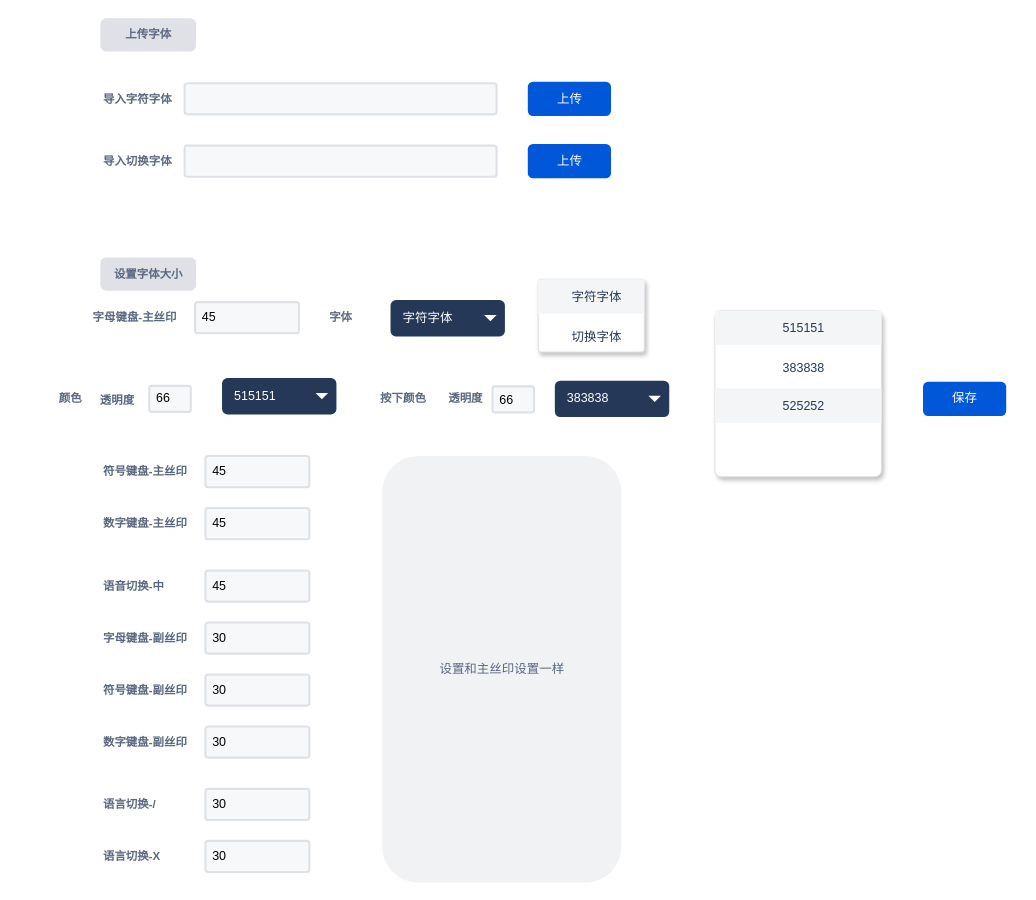
This is layout-editor/字体设置.drawio from chonglv/charts, a draw.io file, before an edit. Source tidied: cells renumbered, new cells numbered last; positions are measured from the earlier drawing's top-left corner, leaving out a move shared by most shapes. Both pictures are drawn from the tidied source at 104%, with x=0, y=0 at pixel (38, 19).
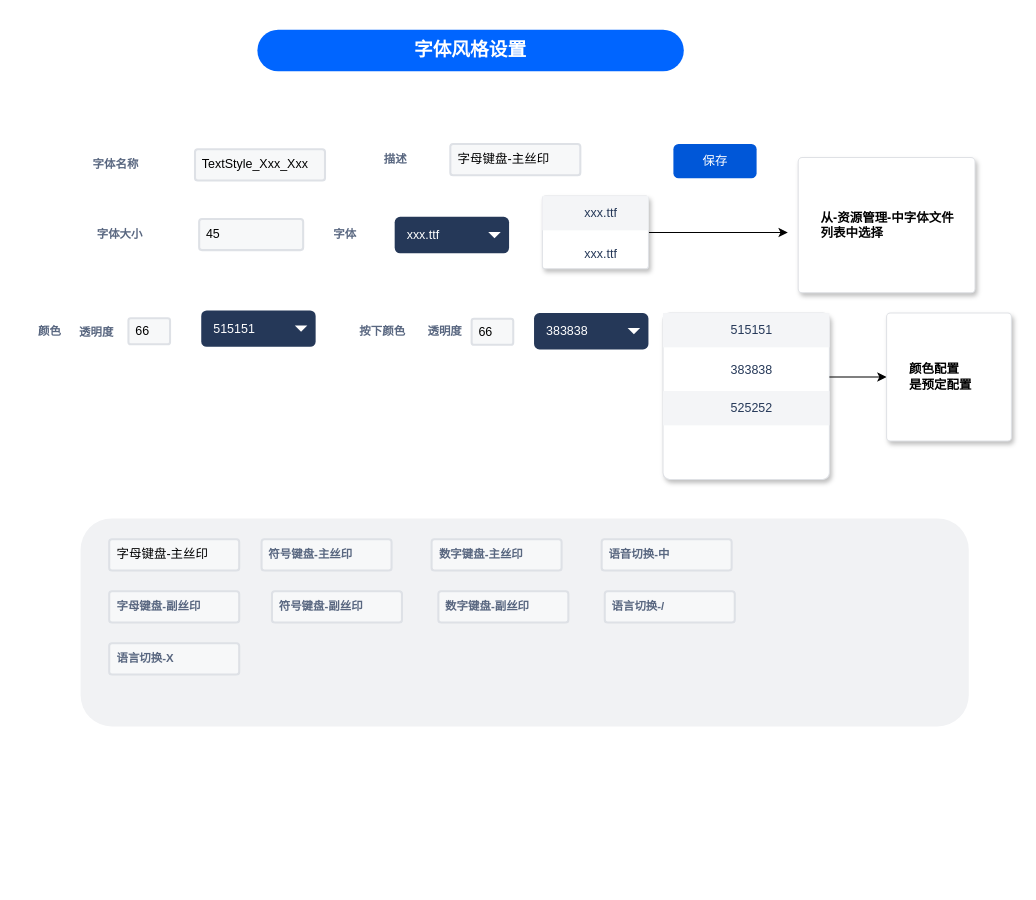
After the change.

Commit message:
更新字体设置.drawio

The change refers to these unchanged cells:
```xml
<mxCell id="44" value="383838" style="rounded=0;fillColor=none;strokeColor=none;shadow=0;html=1;align=center;fontSize=12;spacingLeft=10;fontColor=#253858;" parent="42" vertex="1">
  <mxGeometry width="160" height="33" relative="1" as="geometry">
    <mxPoint y="39" as="offset" />
  </mxGeometry>
</mxCell>
```

Change to the diagram source:
```diff
@@
-    <mxCell id="2" value="导入字符字体" style="fillColor=none;strokeColor=none;html=1;fontSize=11;fontStyle=0;align=left;fontColor=#596780;fontStyle=1;fontSize=11;" parent="1" vertex="1">
-      <mxGeometry x="60" y="66.5" width="60" height="20" as="geometry" />
-    </mxCell>
-    <mxCell id="3" style="rounded=1;arcSize=9;fillColor=#F7F8F9;align=left;spacingLeft=5;strokeColor=#DEE1E6;html=1;strokeWidth=2;fontSize=12;" parent="1" vertex="1">
-      <mxGeometry x="140" y="61.5" width="300" height="30" as="geometry" />
-    </mxCell>
-    <mxCell id="4" value="上传" style="rounded=1;fillColor=#0057D8;align=center;strokeColor=none;html=1;fontColor=#ffffff;fontSize=12;" parent="1" vertex="1">
-      <mxGeometry x="470" y="60" width="80" height="33" as="geometry" />
-    </mxCell>
-    <mxCell id="5" style="rounded=1;arcSize=9;fillColor=#F7F8F9;align=left;spacingLeft=5;strokeColor=#DEE1E6;html=1;strokeWidth=2;fontSize=12;" parent="1" vertex="1">
-      <mxGeometry x="140" y="121.5" width="300" height="30" as="geometry" />
-    </mxCell>
-    <mxCell id="6" value="上传" style="rounded=1;fillColor=#0057D8;align=center;strokeColor=none;html=1;fontColor=#ffffff;fontSize=12;" parent="1" vertex="1">
-      <mxGeometry x="470" y="120" width="80" height="33" as="geometry" />
-    </mxCell>
-    <mxCell id="7" value="导入切换字体" style="fillColor=none;strokeColor=none;html=1;fontSize=11;fontStyle=0;align=left;fontColor=#596780;fontStyle=1;fontSize=11;" parent="1" vertex="1">
-      <mxGeometry x="60" y="126.5" width="60" height="20" as="geometry" />
-    </mxCell>
-    <mxCell id="8" value="&lt;span style=&quot;color: rgb(89 , 103 , 128) ; font-size: 11px ; text-align: left&quot;&gt;设置字体大小&lt;/span&gt;" style="dashed=0;html=1;rounded=1;fillColor=#DFE1E6;strokeColor=#DFE1E6;fontSize=12;align=center;fontStyle=1;strokeWidth=2;fontColor=#42526E;" parent="1" vertex="1">
-      <mxGeometry x="60" y="230" width="90" height="30" as="geometry" />
-    </mxCell>
-    <mxCell id="9" value="&lt;span style=&quot;color: rgb(89 , 103 , 128) ; font-size: 11px ; text-align: left&quot;&gt;上传字体&lt;/span&gt;" style="dashed=0;html=1;rounded=1;fillColor=#DFE1E6;strokeColor=#DFE1E6;fontSize=12;align=center;fontStyle=1;strokeWidth=2;fontColor=#42526E;" parent="1" vertex="1">
-      <mxGeometry x="60" width="90" height="30" as="geometry" />
-    </mxCell>
-    <mxCell id="10" value="字母键盘-主丝印" style="fillColor=none;strokeColor=none;html=1;fontSize=11;fontStyle=0;align=left;fontColor=#596780;fontStyle=1;fontSize=11;" parent="1" vertex="1">
-      <mxGeometry x="50" y="277" width="60" height="20" as="geometry" />
+    <mxCell id="10" value="字体大小" style="fillColor=none;strokeColor=none;html=1;fontSize=11;fontStyle=0;align=left;fontColor=#596780;fontStyle=1;fontSize=11;" parent="1" vertex="1">
+      <mxGeometry x="54" y="197" width="60" height="20" as="geometry" />
     </mxCell>
     <mxCell id="11" value="45" style="rounded=1;arcSize=9;fillColor=#F7F8F9;align=left;spacingLeft=5;strokeColor=#DEE1E6;html=1;strokeWidth=2;fontSize=12;" parent="1" vertex="1">
-      <mxGeometry x="150" y="272" width="100" height="30" as="geometry" />
+      <mxGeometry x="154" y="192" width="100" height="30" as="geometry" />
     </mxCell>
-    <mxCell id="12" value="字母键盘-副丝印" style="fillColor=none;strokeColor=none;html=1;fontSize=11;fontStyle=0;align=left;fontColor=#596780;fontStyle=1;fontSize=11;" parent="1" vertex="1">
-      <mxGeometry x="60" y="585" width="60" height="20" as="geometry" />
-    </mxCell>
-    <mxCell id="13" value="30" style="rounded=1;arcSize=9;fillColor=#F7F8F9;align=left;spacingLeft=5;strokeColor=#DEE1E6;html=1;strokeWidth=2;fontSize=12;" parent="1" vertex="1">
-      <mxGeometry x="160" y="580" width="100" height="30" as="geometry" />
-    </mxCell>
-    <mxCell id="14" value="符号键盘-主丝印" style="fillColor=none;strokeColor=none;html=1;fontSize=11;fontStyle=0;align=left;fontColor=#596780;fontStyle=1;fontSize=11;" parent="1" vertex="1">
-      <mxGeometry x="60" y="425" width="60" height="20" as="geometry" />
-    </mxCell>
-    <mxCell id="15" value="45" style="rounded=1;arcSize=9;fillColor=#F7F8F9;align=left;spacingLeft=5;strokeColor=#DEE1E6;html=1;strokeWidth=2;fontSize=12;" parent="1" vertex="1">
-      <mxGeometry x="160" y="420" width="100" height="30" as="geometry" />
-    </mxCell>
-    <mxCell id="16" value="符号键盘-副丝印" style="fillColor=none;strokeColor=none;html=1;fontSize=11;fontStyle=0;align=left;fontColor=#596780;fontStyle=1;fontSize=11;" parent="1" vertex="1">
-      <mxGeometry x="60" y="635" width="60" height="20" as="geometry" />
-    </mxCell>
-    <mxCell id="17" value="30" style="rounded=1;arcSize=9;fillColor=#F7F8F9;align=left;spacingLeft=5;strokeColor=#DEE1E6;html=1;strokeWidth=2;fontSize=12;" parent="1" vertex="1">
-      <mxGeometry x="160" y="630" width="100" height="30" as="geometry" />
-    </mxCell>
-    <mxCell id="18" value="数字键盘-主丝印" style="fillColor=none;strokeColor=none;html=1;fontSize=11;fontStyle=0;align=left;fontColor=#596780;fontStyle=1;fontSize=11;" parent="1" vertex="1">
-      <mxGeometry x="60" y="475" width="60" height="20" as="geometry" />
-    </mxCell>
-    <mxCell id="19" value="45" style="rounded=1;arcSize=9;fillColor=#F7F8F9;align=left;spacingLeft=5;strokeColor=#DEE1E6;html=1;strokeWidth=2;fontSize=12;" parent="1" vertex="1">
-      <mxGeometry x="160" y="470" width="100" height="30" as="geometry" />
-    </mxCell>
-    <mxCell id="20" value="数字键盘-副丝印" style="fillColor=none;strokeColor=none;html=1;fontSize=11;fontStyle=0;align=left;fontColor=#596780;fontStyle=1;fontSize=11;" parent="1" vertex="1">
-      <mxGeometry x="60" y="685" width="60" height="20" as="geometry" />
-    </mxCell>
-    <mxCell id="21" value="30" style="rounded=1;arcSize=9;fillColor=#F7F8F9;align=left;spacingLeft=5;strokeColor=#DEE1E6;html=1;strokeWidth=2;fontSize=12;" parent="1" vertex="1">
-      <mxGeometry x="160" y="680" width="100" height="30" as="geometry" />
-    </mxCell>
-    <mxCell id="22" value="语音切换-中" style="fillColor=none;strokeColor=none;html=1;fontSize=11;fontStyle=0;align=left;fontColor=#596780;fontStyle=1;fontSize=11;" parent="1" vertex="1">
-      <mxGeometry x="60" y="535" width="60" height="20" as="geometry" />
-    </mxCell>
-    <mxCell id="23" value="45" style="rounded=1;arcSize=9;fillColor=#F7F8F9;align=left;spacingLeft=5;strokeColor=#DEE1E6;html=1;strokeWidth=2;fontSize=12;" parent="1" vertex="1">
-      <mxGeometry x="160" y="530" width="100" height="30" as="geometry" />
-    </mxCell>
-    <mxCell id="24" value="语言切换-/" style="fillColor=none;strokeColor=none;html=1;fontSize=11;fontStyle=0;align=left;fontColor=#596780;fontStyle=1;fontSize=11;" parent="1" vertex="1">
-      <mxGeometry x="60" y="745" width="60" height="20" as="geometry" />
-    </mxCell>
-    <mxCell id="25" value="30" style="rounded=1;arcSize=9;fillColor=#F7F8F9;align=left;spacingLeft=5;strokeColor=#DEE1E6;html=1;strokeWidth=2;fontSize=12;" parent="1" vertex="1">
-      <mxGeometry x="160" y="740" width="100" height="30" as="geometry" />
-    </mxCell>
-    <mxCell id="26" value="语言切换-X" style="fillColor=none;strokeColor=none;html=1;fontSize=11;fontStyle=0;align=left;fontColor=#596780;fontStyle=1;fontSize=11;" parent="1" vertex="1">
-      <mxGeometry x="60" y="795" width="60" height="20" as="geometry" />
-    </mxCell>
-    <mxCell id="27" value="30" style="rounded=1;arcSize=9;fillColor=#F7F8F9;align=left;spacingLeft=5;strokeColor=#DEE1E6;html=1;strokeWidth=2;fontSize=12;" parent="1" vertex="1">
-      <mxGeometry x="160" y="790" width="100" height="30" as="geometry" />
-    </mxCell>
-    <mxCell id="28" value="字符字体" style="rounded=1;fillColor=#253858;strokeColor=none;html=1;fontColor=#ffffff;align=left;fontSize=12;spacingLeft=10;" parent="1" vertex="1">
-      <mxGeometry x="338" y="270" width="110" height="35" as="geometry" />
+    <mxCell id="28" value="xxx.ttf" style="rounded=1;fillColor=#253858;strokeColor=none;html=1;fontColor=#ffffff;align=left;fontSize=12;spacingLeft=10;" parent="1" vertex="1">
+      <mxGeometry x="342" y="190" width="110" height="35" as="geometry" />
     </mxCell>
@@
+    <mxCell id="50" style="edgeStyle=orthogonalEdgeStyle;rounded=0;jettySize=auto;html=1;" parent="1" edge="1" source="30">
+      <mxGeometry relative="1" as="geometry">
+        <mxPoint x="720" y="205" as="targetPoint" />
+      </mxGeometry>
+    </mxCell>
     <mxCell id="30" style="rounded=1;fillColor=#ffffff;strokeColor=#DFE1E5;shadow=1;html=1;arcSize=4;align=center;" parent="1" vertex="1">
-      <mxGeometry x="480" y="250" width="102" height="70" as="geometry" />
+      <mxGeometry x="484" y="170" width="102" height="70" as="geometry" />
     </mxCell>
-    <mxCell id="31" value="字符字体" style="rounded=0;fillColor=#F4F5F7;strokeColor=none;shadow=0;html=1;align=center;fontSize=12;spacingLeft=10;fontColor=#253858;" parent="30" vertex="1">
+    <mxCell id="31" value="xxx.ttf" style="rounded=0;fillColor=#F4F5F7;strokeColor=none;shadow=0;html=1;align=center;fontSize=12;spacingLeft=10;fontColor=#253858;" parent="30" vertex="1">
       <mxGeometry width="102" height="33" relative="1" as="geometry" />
     </mxCell>
-    <mxCell id="32" value="切换字体" style="rounded=0;fillColor=none;strokeColor=none;shadow=0;html=1;align=center;fontSize=12;spacingLeft=10;fontColor=#253858;" parent="30" vertex="1">
+    <mxCell id="32" value="xxx.ttf" style="rounded=0;fillColor=none;strokeColor=none;shadow=0;html=1;align=center;fontSize=12;spacingLeft=10;fontColor=#253858;" parent="30" vertex="1">
       <mxGeometry width="102" height="33" relative="1" as="geometry">
         <mxPoint y="39" as="offset" />
       </mxGeometry>
     </mxCell>
     <mxCell id="33" value="字体" style="fillColor=none;strokeColor=none;html=1;fontSize=11;fontStyle=0;align=center;fontColor=#596780;fontStyle=1;fontSize=11;" parent="1" vertex="1">
-      <mxGeometry x="260" y="277" width="60" height="20" as="geometry" />
+      <mxGeometry x="264" y="197" width="60" height="20" as="geometry" />
     </mxCell>
     <mxCell id="34" value="515151" style="rounded=1;fillColor=#253858;strokeColor=none;html=1;fontColor=#ffffff;align=left;fontSize=12;spacingLeft=10;" parent="1" vertex="1">
-      <mxGeometry x="176" y="345" width="110" height="35" as="geometry" />
+      <mxGeometry x="156" y="280" width="110" height="35" as="geometry" />
     </mxCell>
@@
     <mxCell id="36" value="透明度" style="fillColor=none;strokeColor=none;html=1;fontSize=11;fontStyle=0;align=center;fontColor=#596780;fontStyle=1;fontSize=11;" parent="1" vertex="1">
-      <mxGeometry x="45" y="355.5" width="60" height="20" as="geometry" />
+      <mxGeometry x="25" y="290.5" width="60" height="20" as="geometry" />
     </mxCell>
     <mxCell id="37" value="383838" style="rounded=1;fillColor=#253858;strokeColor=none;html=1;fontColor=#ffffff;align=left;fontSize=12;spacingLeft=10;" parent="1" vertex="1">
-      <mxGeometry x="496" y="347.5" width="110" height="35" as="geometry" />
+      <mxGeometry x="476" y="282.5" width="110" height="35" as="geometry" />
     </mxCell>
@@
     <mxCell id="39" value="按下颜色" style="fillColor=none;strokeColor=none;html=1;fontSize=11;fontStyle=0;align=center;fontColor=#596780;fontStyle=1;fontSize=11;" parent="1" vertex="1">
-      <mxGeometry x="320" y="355" width="60" height="20" as="geometry" />
+      <mxGeometry x="300" y="290" width="60" height="20" as="geometry" />
     </mxCell>
     <mxCell id="40" value="66" style="rounded=1;arcSize=9;fillColor=#F7F8F9;align=left;spacingLeft=5;strokeColor=#DEE1E6;html=1;strokeWidth=2;fontSize=12;" parent="1" vertex="1">
-      <mxGeometry x="436" y="353" width="40" height="25" as="geometry" />
+      <mxGeometry x="416" y="288" width="40" height="25" as="geometry" />
     </mxCell>
     <mxCell id="41" value="66" style="rounded=1;arcSize=9;fillColor=#F7F8F9;align=left;spacingLeft=5;strokeColor=#DEE1E6;html=1;strokeWidth=2;fontSize=12;" parent="1" vertex="1">
-      <mxGeometry x="106" y="352.5" width="40" height="25" as="geometry" />
+      <mxGeometry x="86" y="287.5" width="40" height="25" as="geometry" />
     </mxCell>
     <mxCell id="42" style="rounded=1;fillColor=#ffffff;strokeColor=#DFE1E5;shadow=1;html=1;arcSize=4;align=center;" parent="1" vertex="1">
-      <mxGeometry x="650" y="280" width="160" height="160" as="geometry" />
+      <mxGeometry x="600" y="282.5" width="160" height="160" as="geometry" />
     </mxCell>
@@
+    <mxCell id="51" style="edgeStyle=orthogonalEdgeStyle;rounded=0;jettySize=auto;html=1;entryX=0;entryY=0.5;entryDx=0;entryDy=0;" parent="42" edge="1" source="44" target="58">
+      <mxGeometry relative="1" as="geometry">
+        <Array as="points">
+          <mxPoint x="190" y="61" />
+        </Array>
+      </mxGeometry>
+    </mxCell>
     <mxCell id="46" value="颜色" style="fillColor=none;strokeColor=none;html=1;fontSize=11;fontStyle=0;align=center;fontColor=#596780;fontStyle=1;fontSize=11;" parent="1" vertex="1">
-      <mxGeometry y="355" width="60" height="20" as="geometry" />
+      <mxGeometry x="-20" y="290" width="60" height="20" as="geometry" />
     </mxCell>
     <mxCell id="47" value="透明度" style="fillColor=none;strokeColor=none;html=1;fontSize=11;fontStyle=0;align=center;fontColor=#596780;fontStyle=1;fontSize=11;" parent="1" vertex="1">
-      <mxGeometry x="380" y="355" width="60" height="20" as="geometry" />
+      <mxGeometry x="360" y="290" width="60" height="20" as="geometry" />
     </mxCell>
-    <mxCell id="48" value="设置和主丝印设置一样" style="rounded=1;align=center;fillColor=#F1F2F4;strokeColor=none;html=1;fontColor=#596780;fontSize=12;" parent="1" vertex="1">
-      <mxGeometry x="330" y="420" width="230" height="410" as="geometry" />
+    <mxCell id="48" style="rounded=1;align=center;fillColor=#F1F2F4;strokeColor=none;html=1;fontColor=#596780;fontSize=12;" parent="1" vertex="1">
+      <mxGeometry x="40" y="480" width="854" height="200" as="geometry" />
     </mxCell>
     <mxCell id="49" value="保存" style="rounded=1;fillColor=#0057D8;align=center;strokeColor=none;html=1;fontColor=#ffffff;fontSize=12;" parent="1" vertex="1">
-      <mxGeometry x="850" y="348.5" width="80" height="33" as="geometry" />
+      <mxGeometry x="610" y="120" width="80" height="33" as="geometry" />
     </mxCell>
+    <mxCell id="52" value="字体风格设置" style="rounded=1;fillColor=#0065FF;strokeColor=none;html=1;fontColor=#ffffff;align=center;verticalAlign=middle;whiteSpace=wrap;fontSize=18;fontStyle=1;arcSize=50;" parent="1" vertex="1">
+      <mxGeometry x="210" y="10" width="410" height="40" as="geometry" />
+    </mxCell>
+    <mxCell id="53" value="TextStyle_Xxx_Xxx" style="rounded=1;arcSize=9;fillColor=#F7F8F9;align=left;spacingLeft=5;strokeColor=#DEE1E6;html=1;strokeWidth=2;fontSize=12;" parent="1" vertex="1">
+      <mxGeometry x="150" y="125" width="125" height="30" as="geometry" />
+    </mxCell>
+    <mxCell id="54" value="字体名称" style="fillColor=none;strokeColor=none;html=1;fontSize=11;fontStyle=0;align=left;fontColor=#596780;fontStyle=1;fontSize=11;" parent="1" vertex="1">
+      <mxGeometry x="50" y="130" width="60" height="20" as="geometry" />
+    </mxCell>
+    <mxCell id="55" value="描述" style="fillColor=none;strokeColor=none;html=1;fontSize=11;fontStyle=0;align=left;fontColor=#596780;fontStyle=1;fontSize=11;" parent="1" vertex="1">
+      <mxGeometry x="330" y="125" width="60" height="20" as="geometry" />
+    </mxCell>
+    <mxCell id="56" value="字母键盘-主丝印" style="rounded=1;arcSize=9;fillColor=#F7F8F9;align=left;spacingLeft=5;strokeColor=#DEE1E6;html=1;strokeWidth=2;fontSize=12;" parent="1" vertex="1">
+      <mxGeometry x="395.5" y="120" width="125" height="30" as="geometry" />
+    </mxCell>
+    <mxCell id="57" value="&lt;b&gt;从-资源管理-中字体文件列表中选择&lt;br&gt;&lt;/b&gt;" style="rounded=1;arcSize=3;fillColor=#ffffff;strokeColor=#DFE1E5;strokeWidth=1;shadow=1;align=left;html=1;whiteSpace=wrap;spacingLeft=20;spacingRight=20;fontSize=12;" parent="1" vertex="1">
+      <mxGeometry x="730" y="133" width="170" height="130" as="geometry" />
+    </mxCell>
+    <mxCell id="58" value="&lt;b&gt;颜色配置&lt;br&gt;是预定配置&lt;br&gt;&lt;/b&gt;" style="rounded=1;arcSize=3;fillColor=#ffffff;strokeColor=#DFE1E5;strokeWidth=1;shadow=1;align=left;html=1;whiteSpace=wrap;spacingLeft=20;spacingRight=20;fontSize=12;" parent="1" vertex="1">
+      <mxGeometry x="815" y="282.5" width="120" height="123" as="geometry" />
+    </mxCell>
+    <mxCell id="59" value="字母键盘-主丝印" style="rounded=1;arcSize=9;fillColor=#F7F8F9;align=left;spacingLeft=5;strokeColor=#DEE1E6;html=1;strokeWidth=2;fontSize=12;" parent="1" vertex="1">
+      <mxGeometry x="67.5" y="500" width="125" height="30" as="geometry" />
+    </mxCell>
+    <mxCell id="14" value="&lt;span style=&quot;color: rgb(89 , 103 , 128) ; font-size: 11px ; font-weight: 700&quot;&gt;符号键盘-主丝印&lt;/span&gt;" style="rounded=1;arcSize=9;fillColor=#F7F8F9;align=left;spacingLeft=5;strokeColor=#DEE1E6;html=1;strokeWidth=2;fontSize=12;" parent="1" vertex="1">
+      <mxGeometry x="214" y="500" width="125" height="30" as="geometry" />
+    </mxCell>
+    <mxCell id="18" value="&lt;span style=&quot;color: rgb(89 , 103 , 128) ; font-size: 11px ; font-weight: 700&quot;&gt;数字键盘-主丝印&lt;/span&gt;" style="rounded=1;arcSize=9;fillColor=#F7F8F9;align=left;spacingLeft=5;strokeColor=#DEE1E6;html=1;strokeWidth=2;fontSize=12;" parent="1" vertex="1">
+      <mxGeometry x="377.5" y="500" width="125" height="30" as="geometry" />
+    </mxCell>
+    <mxCell id="22" value="&lt;span style=&quot;color: rgb(89 , 103 , 128) ; font-size: 11px ; font-weight: 700&quot;&gt;语音切换-中&lt;/span&gt;" style="rounded=1;arcSize=9;fillColor=#F7F8F9;align=left;spacingLeft=5;strokeColor=#DEE1E6;html=1;strokeWidth=2;fontSize=12;" parent="1" vertex="1">
+      <mxGeometry x="541" y="500" width="125" height="30" as="geometry" />
+    </mxCell>
+    <mxCell id="12" value="&lt;span style=&quot;color: rgb(89 , 103 , 128) ; font-size: 11px ; font-weight: 700&quot;&gt;字母键盘-副丝印&lt;/span&gt;" style="rounded=1;arcSize=9;fillColor=#F7F8F9;align=left;spacingLeft=5;strokeColor=#DEE1E6;html=1;strokeWidth=2;fontSize=12;" parent="1" vertex="1">
+      <mxGeometry x="67.5" y="550" width="125" height="30" as="geometry" />
+    </mxCell>
+    <mxCell id="16" value="&lt;span style=&quot;color: rgb(89 , 103 , 128) ; font-size: 11px ; font-weight: 700&quot;&gt;符号键盘-副丝印&lt;/span&gt;" style="rounded=1;arcSize=9;fillColor=#F7F8F9;align=left;spacingLeft=5;strokeColor=#DEE1E6;html=1;strokeWidth=2;fontSize=12;" parent="1" vertex="1">
+      <mxGeometry x="224" y="550" width="125" height="30" as="geometry" />
+    </mxCell>
+    <mxCell id="20" value="&lt;span style=&quot;color: rgb(89 , 103 , 128) ; font-size: 11px ; font-weight: 700&quot;&gt;数字键盘-副丝印&lt;/span&gt;" style="rounded=1;arcSize=9;fillColor=#F7F8F9;align=left;spacingLeft=5;strokeColor=#DEE1E6;html=1;strokeWidth=2;fontSize=12;" parent="1" vertex="1">
+      <mxGeometry x="384" y="550" width="125" height="30" as="geometry" />
+    </mxCell>
+    <mxCell id="24" value="&lt;span style=&quot;color: rgb(89 , 103 , 128) ; font-size: 11px ; font-weight: 700&quot;&gt;语言切换-/&lt;/span&gt;" style="rounded=1;arcSize=9;fillColor=#F7F8F9;align=left;spacingLeft=5;strokeColor=#DEE1E6;html=1;strokeWidth=2;fontSize=12;" parent="1" vertex="1">
+      <mxGeometry x="544" y="550" width="125" height="30" as="geometry" />
+    </mxCell>
+    <mxCell id="26" value="&lt;span style=&quot;color: rgb(89 , 103 , 128) ; font-size: 11px ; font-weight: 700&quot;&gt;语言切换-X&lt;/span&gt;" style="rounded=1;arcSize=9;fillColor=#F7F8F9;align=left;spacingLeft=5;strokeColor=#DEE1E6;html=1;strokeWidth=2;fontSize=12;" parent="1" vertex="1">
+      <mxGeometry x="67.5" y="600" width="125" height="30" as="geometry" />
+    </mxCell>
```
